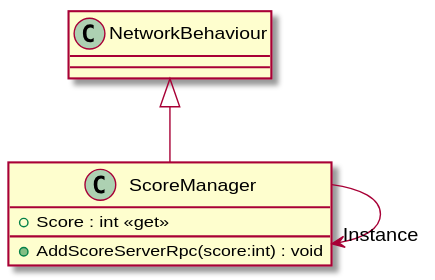
Before: UML/Score/ScoreManager.svg, a diagram exported from PlantUML (David-Denny/COMP3013-Team7).
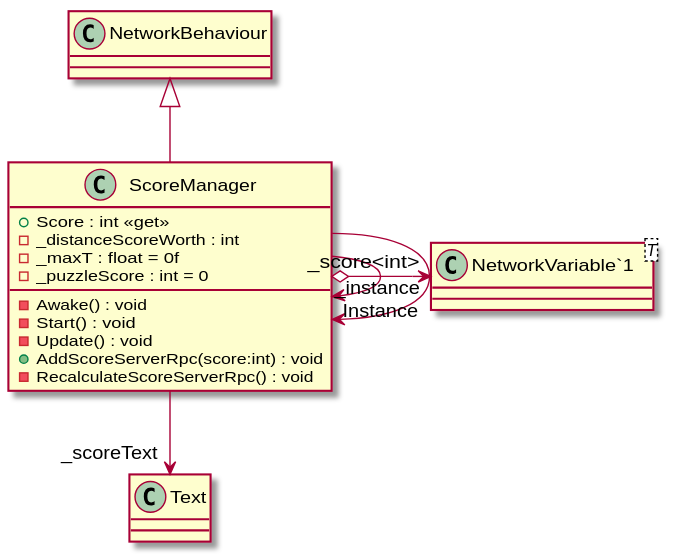
The same file after the commit.

The edit, as a diff of the source:
```diff
@@ -1,8 +1,20 @@
 @startuml
 class ScoreManager {
     + Score : int <<get>>
+    - _distanceScoreWorth : int
+    - _maxT : float = 0f
+    - _puzzleScore : int = 0
+    - Awake() : void
+    - Start() : void
+    - Update() : void
     + AddScoreServerRpc(score:int) : void
+    - RecalculateScoreServerRpc() : void
+}
+class "NetworkVariable`1"<T> {
 }
 NetworkBehaviour <|-- ScoreManager
+ScoreManager --> "_instance" ScoreManager
 ScoreManager --> "Instance" ScoreManager
+ScoreManager --> "_scoreText" Text
+ScoreManager o-> "_score<int>" "NetworkVariable`1"
 @enduml
```
